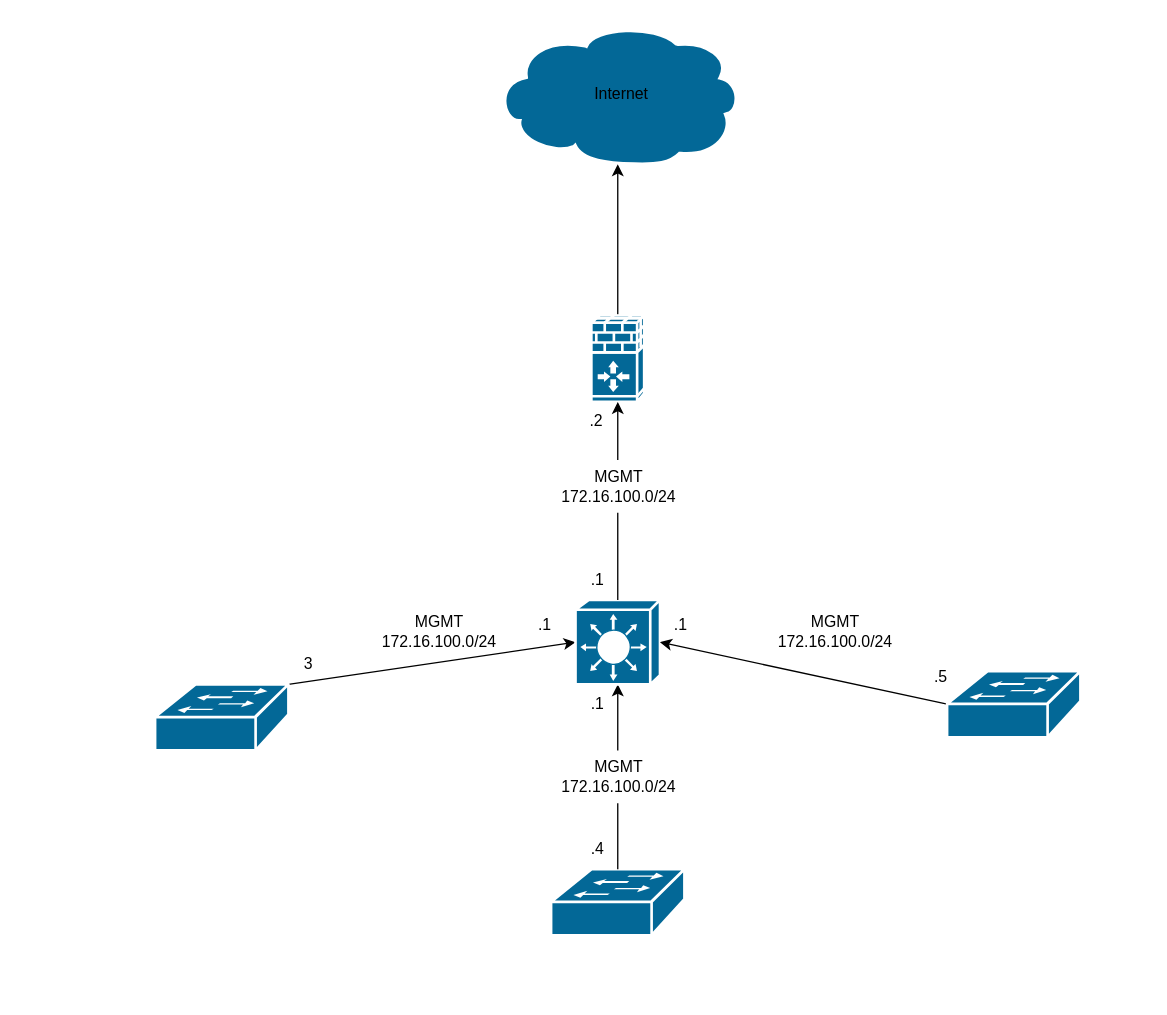
Above: L3 Diagram.drawio in PeretyaginSA/devops-netology (draw.io), before the change. Source tidied: cells renumbered, new cells numbered last; positions are measured from the earlier drawing's top-left corner, leaving out a move shared by most shapes. Both pictures are drawn from the tidied source at 132%, with x=0, y=0 at pixel (154, 24).
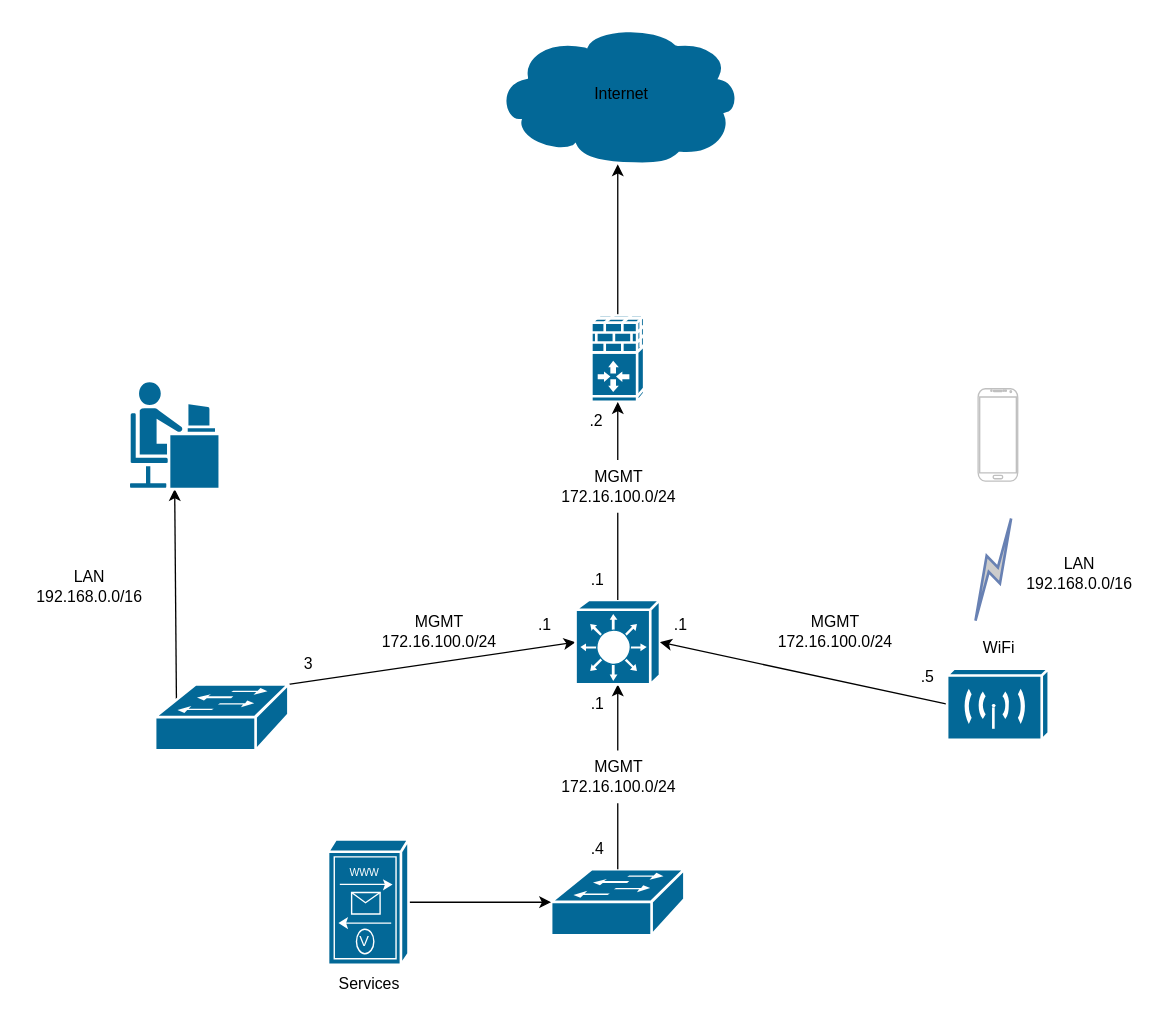
After the change.

Unchanged cells that the change refers to:
```xml
<mxCell id="5" style="shape=mxgraph.cisco.switches.workgroup_switch;sketch=0;html=1;dashed=0;fillColor=#036897;strokeColor=#ffffff;strokeWidth=2;verticalLabelPosition=bottom;verticalAlign=top;align=center;outlineConnect=0;" parent="1" vertex="1">
  <mxGeometry y="500" width="101" height="50" as="geometry" />
</mxCell>
<mxCell id="8" style="shape=mxgraph.cisco.switches.layer_3_switch;sketch=0;html=1;dashed=0;fillColor=#036897;strokeColor=#ffffff;strokeWidth=2;verticalLabelPosition=bottom;verticalAlign=top;align=center;outlineConnect=0;" parent="1" vertex="1">
  <mxGeometry x="318.5" y="436" width="64" height="64" as="geometry" />
</mxCell>
<mxCell id="9" style="shape=mxgraph.cisco.switches.workgroup_switch;sketch=0;html=1;dashed=0;fillColor=#036897;strokeColor=#ffffff;strokeWidth=2;verticalLabelPosition=bottom;verticalAlign=top;align=center;outlineConnect=0;" parent="1" vertex="1">
  <mxGeometry x="300" y="640" width="101" height="50" as="geometry" />
</mxCell>
```

The edit, as a diff of the source:
```diff
@@
+    <mxCell id="28" style="edgeStyle=none;rounded=0;jettySize=auto;html=1;exitX=0.16;exitY=0.23;exitDx=0;exitDy=0;exitPerimeter=0;" parent="1" edge="1" source="5" target="29">
+      <mxGeometry relative="1" as="geometry" />
+    </mxCell>
@@
-    <mxCell id="10" style="edgeStyle=none;rounded=0;jettySize=auto;html=1;exitX=0;exitY=0.5;exitDx=0;exitDy=0;exitPerimeter=0;entryX=1;entryY=0.5;entryDx=0;entryDy=0;entryPerimeter=0;" parent="1" edge="1" source="11" target="8">
-      <mxGeometry relative="1" as="geometry" />
+    <mxCell id="10" style="edgeStyle=none;rounded=0;jettySize=auto;html=1;exitX=0;exitY=0.5;exitDx=0;exitDy=0;exitPerimeter=0;entryX=1;entryY=0.5;entryDx=0;entryDy=0;entryPerimeter=0;" parent="1" edge="1" target="8">
+      <mxGeometry relative="1" as="geometry">
+        <mxPoint x="600" y="515" as="sourcePoint" />
+      </mxGeometry>
     </mxCell>
-    <mxCell id="11" style="shape=mxgraph.cisco.switches.workgroup_switch;sketch=0;html=1;dashed=0;fillColor=#036897;strokeColor=#ffffff;strokeWidth=2;verticalLabelPosition=bottom;verticalAlign=top;align=center;outlineConnect=0;" parent="1" vertex="1">
-      <mxGeometry x="600" y="490" width="101" height="50" as="geometry" />
-    </mxCell>
@@
     <mxCell id="21" value=".5" style="text;html=1;align=center;verticalAlign=middle;fillColor=none;strokeColor=none;rounded=0;" parent="1" vertex="1">
-      <mxGeometry x="580" y="480" width="30" height="30" as="geometry" />
+      <mxGeometry x="570" y="480" width="30" height="30" as="geometry" />
     </mxCell>
@@
+    <mxCell id="29" style="shape=mxgraph.cisco.people.androgenous_person;sketch=0;html=1;dashed=0;fillColor=#036897;strokeColor=#ffffff;strokeWidth=2;verticalLabelPosition=bottom;verticalAlign=top;align=center;outlineConnect=0;" parent="1" vertex="1">
+      <mxGeometry x="-20" y="270" width="69" height="82" as="geometry" />
+    </mxCell>
+    <mxCell id="30" style="shape=mxgraph.cisco.wireless.wireless_transport;sketch=0;html=1;dashed=0;fillColor=#036897;strokeColor=#ffffff;strokeWidth=2;verticalLabelPosition=bottom;verticalAlign=top;align=center;" parent="1" vertex="1">
+      <mxGeometry x="600" y="488" width="77" height="54" as="geometry" />
+    </mxCell>
+    <mxCell id="31" style="verticalLabelPosition=bottom;verticalAlign=top;html=1;shadow=0;dashed=0;strokeWidth=1;shape=mxgraph.android.phone2;strokeColor=#c0c0c0;" parent="1" vertex="1">
+      <mxGeometry x="623.5" y="276" width="30" height="70" as="geometry" />
+    </mxCell>
+    <mxCell id="32" style="html=1;outlineConnect=0;fillColor=#CCCCCC;strokeColor=#6881B3;gradientColor=none;gradientDirection=north;strokeWidth=2;shape=mxgraph.networks.comm_link_edge;html=1;rounded=0;" parent="1" edge="1">
+      <mxGeometry relative="1" as="geometry">
+        <mxPoint x="620" y="456" as="sourcePoint" />
+        <mxPoint x="650" y="370" as="targetPoint" />
+        <Array as="points">
+          <mxPoint x="600" y="420" />
+        </Array>
+      </mxGeometry>
+    </mxCell>
+    <mxCell id="33" value="WiFi" style="text;html=1;align=center;verticalAlign=middle;fillColor=none;strokeColor=none;rounded=0;" parent="1" vertex="1">
+      <mxGeometry x="613.5" y="458" width="50" height="30" as="geometry" />
+    </mxCell>
+    <mxCell id="34" value="LAN&lt;br&gt;192.168.0.0/16" style="text;html=1;align=center;verticalAlign=middle;fillColor=none;strokeColor=none;rounded=0;" parent="1" vertex="1">
+      <mxGeometry x="-100" y="406" width="100" height="40" as="geometry" />
+    </mxCell>
+    <mxCell id="35" value="LAN&lt;br&gt;192.168.0.0/16" style="text;html=1;align=center;verticalAlign=middle;fillColor=none;strokeColor=none;rounded=0;" parent="1" vertex="1">
+      <mxGeometry x="650" y="396" width="100" height="40" as="geometry" />
+    </mxCell>
+    <mxCell id="36" style="edgeStyle=none;rounded=0;jettySize=auto;html=1;exitX=1;exitY=0.5;exitDx=0;exitDy=0;exitPerimeter=0;" parent="1" edge="1" source="37" target="9">
+      <mxGeometry relative="1" as="geometry" />
+    </mxCell>
+    <mxCell id="37" value="Services" style="shape=mxgraph.cisco.misc.contact_center;sketch=0;html=1;dashed=0;fillColor=#036897;strokeColor=#ffffff;strokeWidth=2;verticalLabelPosition=bottom;verticalAlign=top;align=center;outlineConnect=0;" parent="1" vertex="1">
+      <mxGeometry x="131" y="617.5" width="61" height="95" as="geometry" />
+    </mxCell>
```
